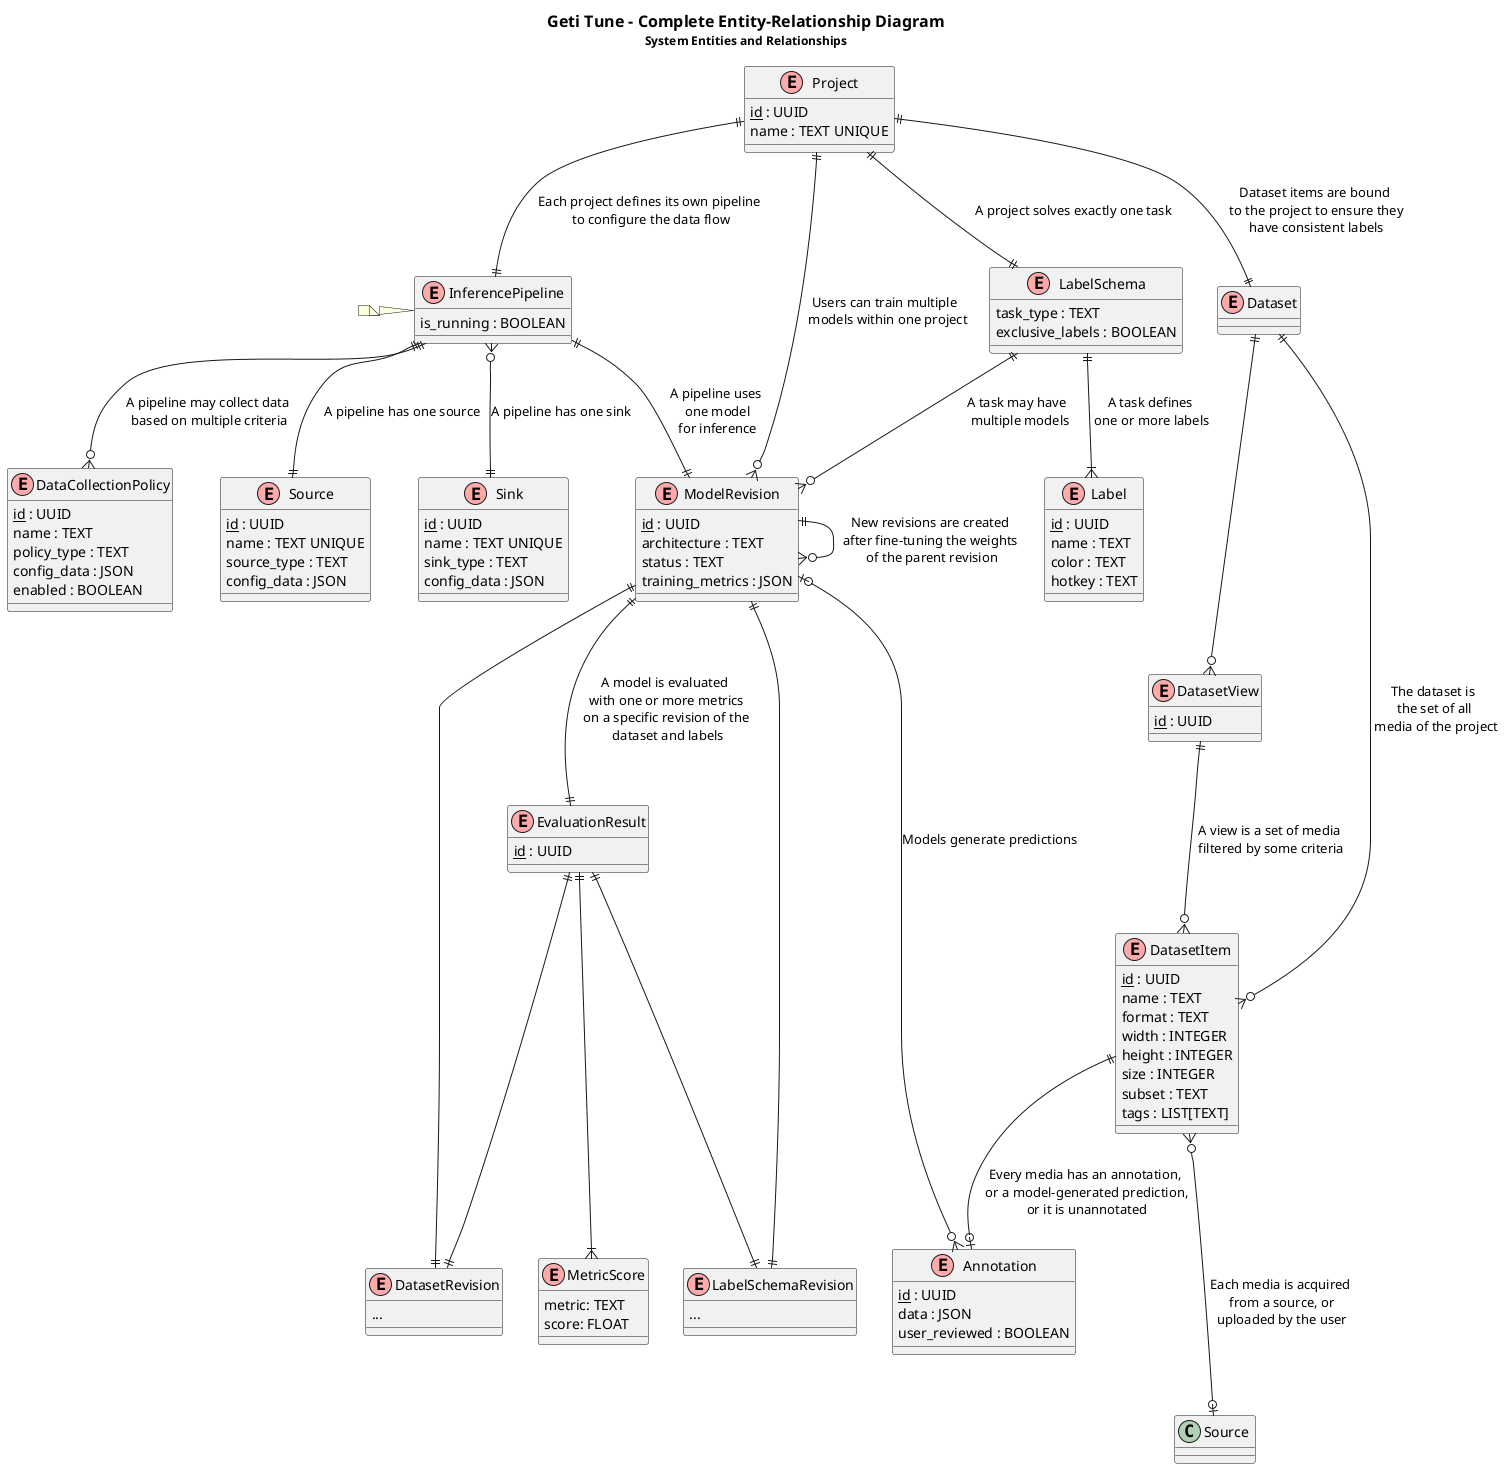
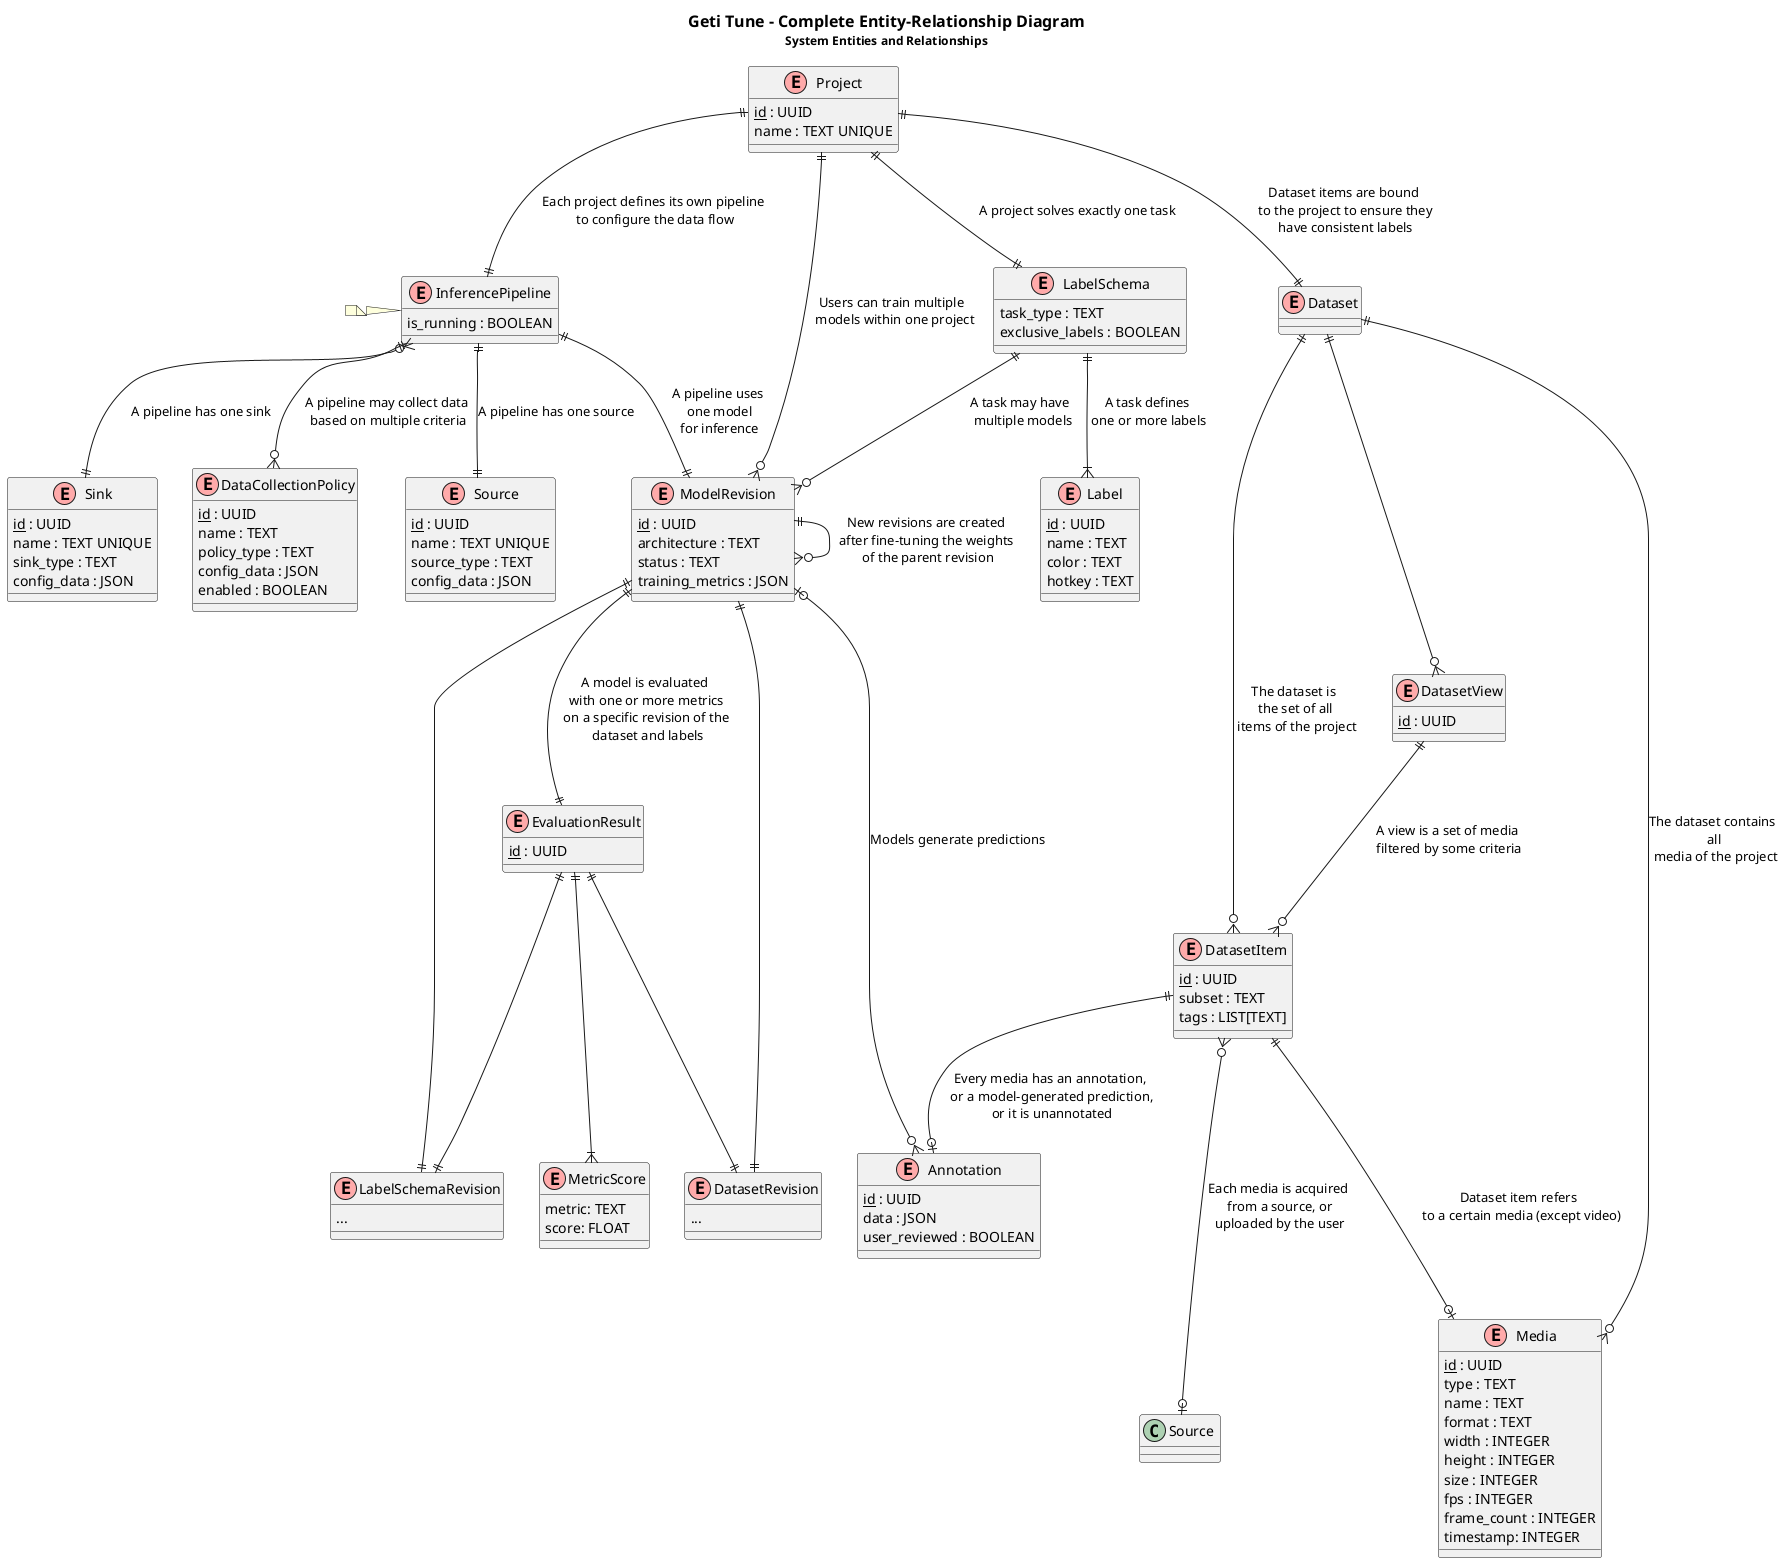
@startuml "Complete-ER"
!define entity(x) class x << (E,#FFAAAA) >>
!define pk(x) <u>x</u>

title
<size:16><b>Geti Tune - Complete Entity-Relationship Diagram</b></size>
<size:12>System Entities and Relationships</size>
end title


entity(Project) {
  pk(id) : UUID
  name : TEXT UNIQUE
}

' Task related entities entities
entity(LabelSchema) {
  task_type : TEXT
  exclusive_labels : BOOLEAN
}

entity(LabelSchemaRevision) {
  ...
}

entity(Label) {
  pk(id) : UUID
  name : TEXT
  color : TEXT
  hotkey : TEXT
}

' InferencePipeline related entities
entity(InferencePipeline) {
  is_running : BOOLEAN
}

entity(Source) {
  pk(id) : UUID
  name : TEXT UNIQUE
  source_type : TEXT
  config_data : JSON
}

entity(Sink) {
  pk(id) : UUID
  name : TEXT UNIQUE
  sink_type : TEXT
  config_data : JSON
}

entity(DataCollectionPolicy) {
  pk(id) : UUID
  name : TEXT
  policy_type : TEXT
  config_data : JSON
  enabled : BOOLEAN
}

' Dataset and Media entities
entity(Dataset) {}

entity(DatasetView) {
  pk(id) : UUID
}

entity(DatasetRevision) {
  ...
}

- entity(DatasetItem) {
+ entity(Media) {
  pk(id) : UUID
+   type : TEXT
  name : TEXT
  format : TEXT
  width : INTEGER
  height : INTEGER
  size : INTEGER
+ ' Video specific fields
+   fps : INTEGER
+   frame_count : INTEGER
+ ' Video frame specific field
+   timestamp: INTEGER
+ }
+ 
+ entity(DatasetItem) {
+   pk(id) : UUID
  subset : TEXT
  tags : LIST[TEXT]
}

entity(Annotation) {
  pk(id) : UUID
  data : JSON
  user_reviewed : BOOLEAN
}

' Model related entities
entity(ModelRevision) {
  pk(id) : UUID
  architecture : TEXT
  status : TEXT
  training_metrics : JSON
}

entity(EvaluationResult) {
  pk(id) : UUID
}

entity(MetricScore) {
  metric: TEXT
  score: FLOAT
}

' Relationships
Project ||--|| LabelSchema : "A project solves exactly one task"
Project ||--|| InferencePipeline : "Each project defines its own pipeline \nto configure the data flow"
Project ||--|| Dataset : "Dataset items are bound\n to the project to ensure they\n have consistent labels"
Project ||--o{ ModelRevision : "Users can train multiple \n models within one project"

LabelSchema ||--|{ Label : "A task defines\n one or more labels"
LabelSchema ||--o{ ModelRevision : "A task may have \n multiple models"

InferencePipeline ||--|| Source : "A pipeline has one source"
InferencePipeline }o--|| Sink : "A pipeline has one sink"
InferencePipeline ||--o{ DataCollectionPolicy : "A pipeline may collect data\n based on multiple criteria"
InferencePipeline ||--|| ModelRevision : "A pipeline uses\n one model\n for inference"

- Dataset ||---o{ DatasetItem: "The dataset is \n the set of all \n media of the project"
+ Dataset ||---o{ DatasetItem: "The dataset is \n the set of all \n items of the project"
+ Dataset ||---o{ Media: "The dataset contains \n all \n media of the project"
Dataset ||---o{ DatasetView
DatasetItem ||--o| Annotation : "Every media has an annotation,\n or a model-generated prediction,\n or it is unannotated"
DatasetItem }o---o| "Source " : "Each media is acquired\n from a source, or\n uploaded by the user"
+ DatasetItem ||---o| "Media" : "Dataset item refers \n to a certain media (except video)"
DatasetView ||---o{ DatasetItem: "A view is a set of media\n filtered by some criteria"

ModelRevision ||---o{ ModelRevision : "New revisions are created\n after fine-tuning the weights \n of the parent revision"
ModelRevision |o---o{ Annotation : "Models generate predictions"
ModelRevision ||---|| LabelSchemaRevision
ModelRevision ||---|| DatasetRevision
ModelRevision ||---|| EvaluationResult : "A model is evaluated \n with one or more metrics \n on a specific revision of the \n dataset and labels"
EvaluationResult ||---|| LabelSchemaRevision
EvaluationResult ||---|| DatasetRevision
EvaluationResult ||---|{ MetricScore

' this dummy note only exist for pretty formatting
note left of InferencePipeline
end note

@enduml
